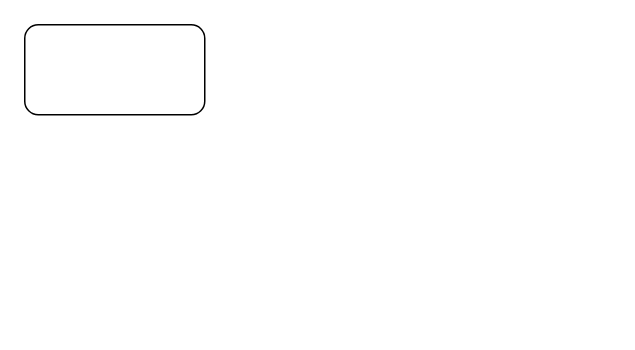
Above: page "第 2 页" (2 of 2) of 未命名绘图.drawio in xitui/my-drawio-graph (draw.io), before the change. Source tidied: cells renumbered, new cells numbered last; positions are measured from the earlier drawing's top-left corner, leaving out a move shared by most shapes. Both pictures are drawn from the tidied source at 150%, with x=0, y=0 at pixel (24, 24).
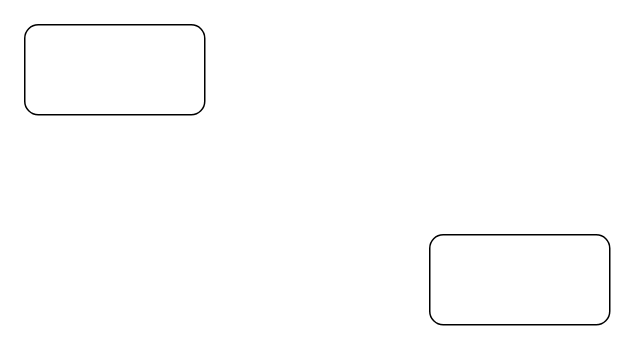
The same diagram, later.

The edit, as a diff of the source:
```diff
@@
 <mxGraphModel>
   <root>
     <mxCell id="0" />
     <mxCell id="1" parent="0" />
     <mxCell id="2" style="rounded=1;whiteSpace=wrap;html=1;" parent="1" vertex="1">
       <mxGeometry width="120" height="60" as="geometry" />
     </mxCell>
+    <mxCell id="3" style="rounded=1;whiteSpace=wrap;html=1;" parent="1" vertex="1">
+      <mxGeometry x="270" y="140" width="120" height="60" as="geometry" />
+    </mxCell>
   </root>
 </mxGraphModel>
```
